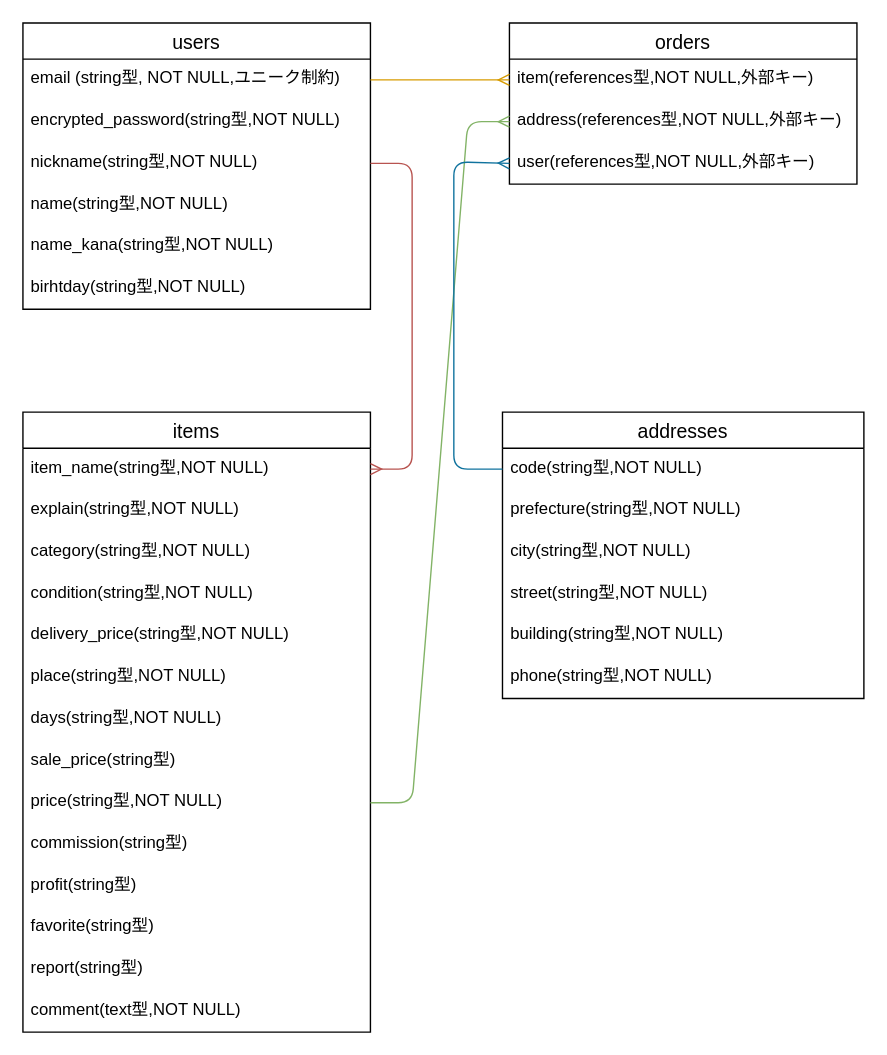
ryusi11/furima-39611 keeps this draw.io diagram as furima.dio. Above is the earlier version. Source tidied: cells renumbered, new cells numbered last; positions are measured from the earlier drawing's top-left corner, leaving out a move shared by most shapes. Both pictures are drawn from the tidied source at 139%, with x=0, y=0 at pixel (22, 22).
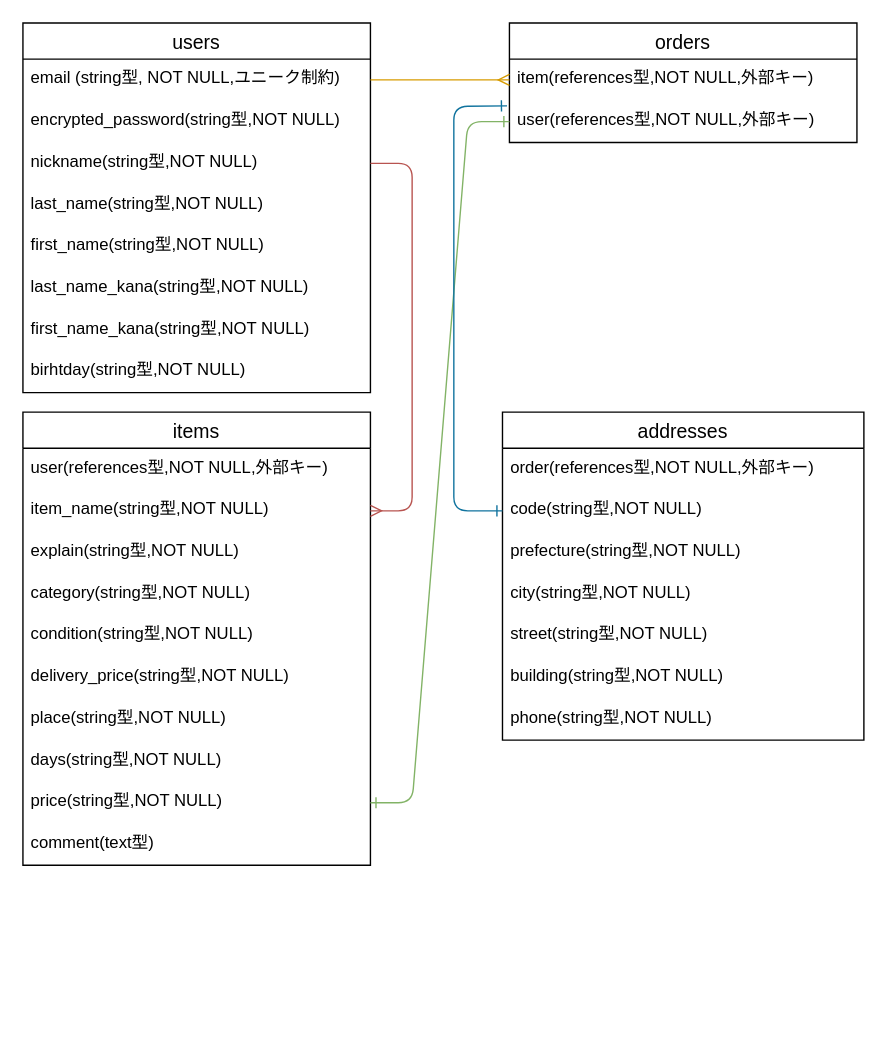
Above is the later version.

Commit message (it also covers changes not shown here):
データベース設計c

The change refers to these unchanged cells:
```xml
<mxCell id="11" value="price(string型,NOT NULL)" style="text;strokeColor=none;fillColor=none;spacingLeft=4;spacingRight=4;overflow=hidden;points=[[0,0.5],[1,0.5]];portConstraint=eastwest;fontSize=12;" parent="2" vertex="1">
  <mxGeometry y="266" width="250" height="30" as="geometry" />
</mxCell>
```

The edit, as a diff of the source:
```diff
@@
     <mxCell id="2" value="items" style="swimlane;fontStyle=0;horizontal=1;startSize=26;align=center;fontSize=14;" parent="1" vertex="1">
-      <mxGeometry y="280" width="250" height="446" as="geometry" />
+      <mxGeometry y="280" width="250" height="326" as="geometry" />
     </mxCell>
+    <mxCell id="39" value="user(references型,NOT NULL,外部キー)" style="text;strokeColor=none;fillColor=none;spacingLeft=4;spacingRight=4;overflow=hidden;fontSize=12;" parent="2" vertex="1">
+      <mxGeometry y="26" width="250" height="30" as="geometry" />
+    </mxCell>
     <mxCell id="3" value="item_name(string型,NOT NULL)" style="text;strokeColor=none;fillColor=none;spacingLeft=4;spacingRight=4;overflow=hidden;points=[[0,0.5],[1,0.5]];portConstraint=eastwest;fontSize=12;" parent="2" vertex="1">
-      <mxGeometry y="26" width="250" height="30" as="geometry" />
+      <mxGeometry y="56" width="250" height="30" as="geometry" />
     </mxCell>
     <mxCell id="4" value="explain(string型,NOT NULL)" style="text;strokeColor=none;fillColor=none;spacingLeft=4;spacingRight=4;overflow=hidden;fontSize=12;" parent="2" vertex="1">
-      <mxGeometry y="56" width="250" height="30" as="geometry" />
+      <mxGeometry y="86" width="250" height="30" as="geometry" />
     </mxCell>
     <mxCell id="5" value="category(string型,NOT NULL)" style="text;strokeColor=none;fillColor=none;spacingLeft=4;spacingRight=4;overflow=hidden;fontSize=12;" parent="2" vertex="1">
-      <mxGeometry y="86" width="250" height="30" as="geometry" />
+      <mxGeometry y="116" width="250" height="30" as="geometry" />
     </mxCell>
     <mxCell id="6" value="condition(string型,NOT NULL)" style="text;strokeColor=none;fillColor=none;spacingLeft=4;spacingRight=4;overflow=hidden;fontSize=12;" parent="2" vertex="1">
-      <mxGeometry y="116" width="250" height="30" as="geometry" />
+      <mxGeometry y="146" width="250" height="30" as="geometry" />
     </mxCell>
     <mxCell id="7" value="delivery_price(string型,NOT NULL)" style="text;strokeColor=none;fillColor=none;spacingLeft=4;spacingRight=4;overflow=hidden;fontSize=12;" parent="2" vertex="1">
-      <mxGeometry y="146" width="250" height="30" as="geometry" />
+      <mxGeometry y="176" width="250" height="30" as="geometry" />
     </mxCell>
     <mxCell id="8" value="place(string型,NOT NULL)" style="text;strokeColor=none;fillColor=none;spacingLeft=4;spacingRight=4;overflow=hidden;fontSize=12;" parent="2" vertex="1">
-      <mxGeometry y="176" width="250" height="30" as="geometry" />
+      <mxGeometry y="206" width="250" height="30" as="geometry" />
     </mxCell>
     <mxCell id="9" value="days(string型,NOT NULL)" style="text;strokeColor=none;fillColor=none;spacingLeft=4;spacingRight=4;overflow=hidden;fontSize=12;" parent="2" vertex="1">
-      <mxGeometry y="206" width="250" height="30" as="geometry" />
+      <mxGeometry y="236" width="250" height="30" as="geometry" />
     </mxCell>
-    <mxCell id="10" value="sale_price(string型)" style="text;strokeColor=none;fillColor=none;spacingLeft=4;spacingRight=4;overflow=hidden;fontSize=12;" parent="2" vertex="1">
-      <mxGeometry y="236" width="250" height="30" as="geometry" />
-    </mxCell>
@@
-    <mxCell id="12" value="commission(string型)" style="text;strokeColor=none;fillColor=none;spacingLeft=4;spacingRight=4;overflow=hidden;fontSize=12;" parent="2" vertex="1">
-      <mxGeometry y="296" width="250" height="30" as="geometry" />
-    </mxCell>
-    <mxCell id="13" value="profit(string型)" style="text;strokeColor=none;fillColor=none;spacingLeft=4;spacingRight=4;overflow=hidden;fontSize=12;" parent="2" vertex="1">
-      <mxGeometry y="326" width="250" height="30" as="geometry" />
-    </mxCell>
-    <mxCell id="14" value="favorite(string型)" style="text;strokeColor=none;fillColor=none;spacingLeft=4;spacingRight=4;overflow=hidden;fontSize=12;" parent="2" vertex="1">
-      <mxGeometry y="356" width="250" height="30" as="geometry" />
-    </mxCell>
-    <mxCell id="15" value="report(string型)" style="text;strokeColor=none;fillColor=none;spacingLeft=4;spacingRight=4;overflow=hidden;fontSize=12;" parent="2" vertex="1">
-      <mxGeometry y="386" width="250" height="30" as="geometry" />
-    </mxCell>
-    <mxCell id="16" value="comment(text型,NOT NULL)" style="text;strokeColor=none;fillColor=none;spacingLeft=4;spacingRight=4;overflow=hidden;fontSize=12;" parent="2" vertex="1">
-      <mxGeometry y="416" width="250" height="30" as="geometry" />
-    </mxCell>
+    <mxCell id="40" value="comment(text型)" style="text;strokeColor=none;fillColor=none;spacingLeft=4;spacingRight=4;overflow=hidden;fontSize=12;" parent="2" vertex="1">
+      <mxGeometry y="296" width="250" height="30" as="geometry" />
+    </mxCell>
     <mxCell id="17" value="orders" style="swimlane;fontStyle=0;horizontal=1;startSize=26;align=center;fontSize=14;" parent="1" vertex="1">
-      <mxGeometry x="350" width="250" height="116" as="geometry" />
+      <mxGeometry x="350" width="250" height="86" as="geometry" />
     </mxCell>
@@
-    <mxCell id="19" value="address(references型,NOT NULL,外部キー)" style="text;strokeColor=none;fillColor=none;spacingLeft=4;spacingRight=4;overflow=hidden;points=[[0,0.5],[1,0.5]];portConstraint=eastwest;fontSize=12;" parent="17" vertex="1">
-      <mxGeometry y="56" width="250" height="30" as="geometry" />
-    </mxCell>
     <mxCell id="20" value="user(references型,NOT NULL,外部キー)" style="text;strokeColor=none;fillColor=none;spacingLeft=4;spacingRight=4;overflow=hidden;points=[[0,0.5],[1,0.5]];portConstraint=eastwest;fontSize=12;" parent="17" vertex="1">
-      <mxGeometry y="86" width="250" height="30" as="geometry" />
+      <mxGeometry y="56" width="250" height="30" as="geometry" />
     </mxCell>
     <mxCell id="21" value="users" style="swimlane;fontStyle=0;horizontal=1;startSize=26;align=center;fontSize=14;" parent="1" vertex="1">
-      <mxGeometry width="250" height="206" as="geometry" />
+      <mxGeometry width="250" height="266" as="geometry" />
     </mxCell>
@@
-    <mxCell id="25" value="name(string型,NOT NULL)" style="text;strokeColor=none;fillColor=none;spacingLeft=4;spacingRight=4;overflow=hidden;fontSize=12;" parent="21" vertex="1">
+    <mxCell id="25" value="last_name(string型,NOT NULL)" style="text;strokeColor=none;fillColor=none;spacingLeft=4;spacingRight=4;overflow=hidden;fontSize=12;" parent="21" vertex="1">
       <mxGeometry y="116" width="250" height="30" as="geometry" />
     </mxCell>
+    <mxCell id="41" value="first_name(string型,NOT NULL)" style="text;strokeColor=none;fillColor=none;spacingLeft=4;spacingRight=4;overflow=hidden;fontSize=12;" parent="21" vertex="1">
+      <mxGeometry y="146" width="250" height="30" as="geometry" />
+    </mxCell>
-    <mxCell id="26" value="name_kana(string型,NOT NULL)" style="text;strokeColor=none;fillColor=none;spacingLeft=4;spacingRight=4;overflow=hidden;fontSize=12;" parent="21" vertex="1">
-      <mxGeometry y="146" width="250" height="30" as="geometry" />
+    <mxCell id="26" value="last_name_kana(string型,NOT NULL)" style="text;strokeColor=none;fillColor=none;spacingLeft=4;spacingRight=4;overflow=hidden;fontSize=12;" parent="21" vertex="1">
+      <mxGeometry y="176" width="250" height="30" as="geometry" />
     </mxCell>
+    <mxCell id="42" value="first_name_kana(string型,NOT NULL)" style="text;strokeColor=none;fillColor=none;spacingLeft=4;spacingRight=4;overflow=hidden;fontSize=12;" parent="21" vertex="1">
+      <mxGeometry y="206" width="250" height="30" as="geometry" />
+    </mxCell>
     <mxCell id="27" value="birhtday(string型,NOT NULL)" style="text;strokeColor=none;fillColor=none;spacingLeft=4;spacingRight=4;overflow=hidden;fontSize=12;" parent="21" vertex="1">
-      <mxGeometry y="176" width="250" height="30" as="geometry" />
+      <mxGeometry y="236" width="250" height="30" as="geometry" />
     </mxCell>
     <mxCell id="28" value="addresses" style="swimlane;fontStyle=0;horizontal=1;startSize=26;align=center;fontSize=14;" parent="1" vertex="1">
-      <mxGeometry x="345" y="280" width="260" height="206" as="geometry" />
+      <mxGeometry x="345" y="280" width="260" height="236" as="geometry" />
     </mxCell>
+    <mxCell id="43" value="order(references型,NOT NULL,外部キー)" style="text;strokeColor=none;fillColor=none;spacingLeft=4;spacingRight=4;overflow=hidden;fontSize=12;" parent="28" vertex="1">
+      <mxGeometry y="26" width="260" height="30" as="geometry" />
+    </mxCell>
     <mxCell id="29" value="code(string型,NOT NULL)" style="text;strokeColor=none;fillColor=none;spacingLeft=4;spacingRight=4;overflow=hidden;points=[[0,0.5],[1,0.5]];portConstraint=eastwest;fontSize=12;" parent="28" vertex="1">
-      <mxGeometry y="26" width="260" height="30" as="geometry" />
+      <mxGeometry y="56" width="260" height="30" as="geometry" />
     </mxCell>
     <mxCell id="30" value="prefecture(string型,NOT NULL)" style="text;strokeColor=none;fillColor=none;spacingLeft=4;spacingRight=4;overflow=hidden;fontSize=12;" parent="28" vertex="1">
-      <mxGeometry y="56" width="260" height="30" as="geometry" />
+      <mxGeometry y="86" width="260" height="30" as="geometry" />
     </mxCell>
     <mxCell id="31" value="city(string型,NOT NULL)" style="text;strokeColor=none;fillColor=none;spacingLeft=4;spacingRight=4;overflow=hidden;fontSize=12;" parent="28" vertex="1">
-      <mxGeometry y="86" width="260" height="30" as="geometry" />
+      <mxGeometry y="116" width="260" height="30" as="geometry" />
     </mxCell>
     <mxCell id="32" value="street(string型,NOT NULL)" style="text;strokeColor=none;fillColor=none;spacingLeft=4;spacingRight=4;overflow=hidden;fontSize=12;" parent="28" vertex="1">
-      <mxGeometry y="116" width="260" height="30" as="geometry" />
+      <mxGeometry y="146" width="260" height="30" as="geometry" />
     </mxCell>
     <mxCell id="33" value="building(string型,NOT NULL)" style="text;strokeColor=none;fillColor=none;spacingLeft=4;spacingRight=4;overflow=hidden;fontSize=12;" parent="28" vertex="1">
-      <mxGeometry y="146" width="260" height="30" as="geometry" />
+      <mxGeometry y="176" width="260" height="30" as="geometry" />
     </mxCell>
     <mxCell id="34" value="phone(string型,NOT NULL)" style="text;strokeColor=none;fillColor=none;spacingLeft=4;spacingRight=4;overflow=hidden;fontSize=12;" parent="28" vertex="1">
-      <mxGeometry y="176" width="260" height="30" as="geometry" />
+      <mxGeometry y="206" width="260" height="30" as="geometry" />
     </mxCell>
@@
-    <mxCell id="37" style="edgeStyle=entityRelationEdgeStyle;fontSize=12;html=1;endArrow=ERmany;exitX=1;exitY=0.5;exitDx=0;exitDy=0;fillColor=#d5e8d4;strokeColor=#82b366;entryX=0;entryY=0.5;entryDx=0;entryDy=0;" parent="1" edge="1" source="11" target="19">
-      <mxGeometry relative="1" as="geometry" />
+    <mxCell id="37" style="edgeStyle=entityRelationEdgeStyle;fontSize=12;html=1;endArrow=ERone;exitX=1;exitY=0.5;exitDx=0;exitDy=0;fillColor=#d5e8d4;strokeColor=#82b366;entryX=0;entryY=0.5;entryDx=0;entryDy=0;endFill=0;startArrow=ERone;startFill=0;" parent="1" edge="1" source="11">
+      <mxGeometry relative="1" as="geometry">
+        <mxPoint x="350" y="71" as="targetPoint" />
+      </mxGeometry>
     </mxCell>
-    <mxCell id="38" style="fontSize=12;html=1;endArrow=ERmany;endFill=0;entryX=0;entryY=0.5;entryDx=0;entryDy=0;exitX=0;exitY=0.5;exitDx=0;exitDy=0;startArrow=none;startFill=0;fillColor=#b1ddf0;strokeColor=#10739e;" parent="1" edge="1" source="29" target="20">
+    <mxCell id="38" style="fontSize=12;html=1;endArrow=ERone;endFill=0;entryX=-0.007;entryY=0.122;entryDx=0;entryDy=0;exitX=0;exitY=0.5;exitDx=0;exitDy=0;startArrow=ERone;startFill=0;fillColor=#b1ddf0;strokeColor=#10739e;entryPerimeter=0;" parent="1" edge="1" source="29" target="20">
       <mxGeometry relative="1" as="geometry">
         <Array as="points">
-          <mxPoint x="310" y="321" />
+          <mxPoint x="310" y="351" />
           <mxPoint x="310" y="210" />
-          <mxPoint x="310" y="100" />
+          <mxPoint x="310" y="60" />
         </Array>
       </mxGeometry>
     </mxCell>
```
